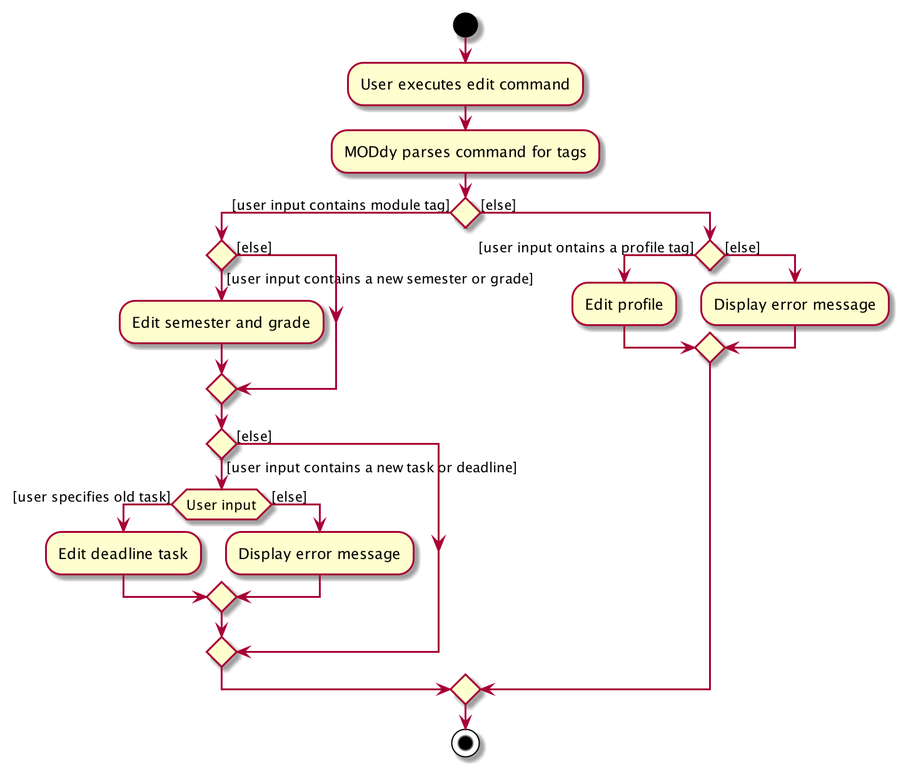
Above: images/EditCommandActivityDiagram.png in AY1920S2-CS2103T-W13-3/main (PlantUML), before the change.
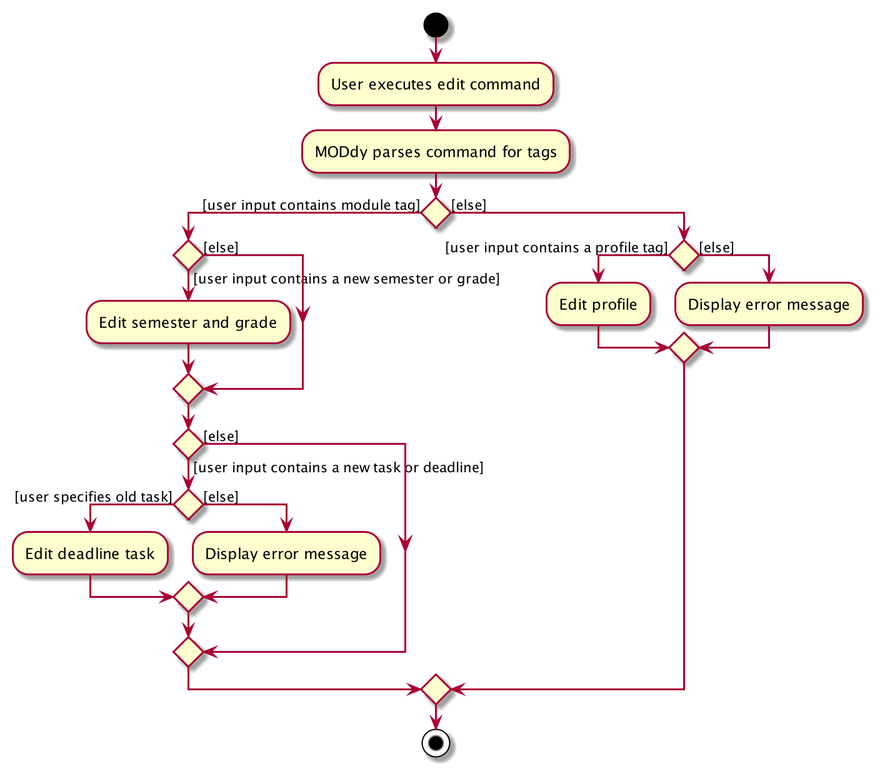
After the commit.

Change to the diagram source:
```diff
@@ -8,7 +8,7 @@
   else ([else])
   endif
   if () then ([user input contains a new task or deadline])
-    if (User input) then ([user specifies old task])
+    if () then ([user specifies old task])
       :Edit deadline task;
     else ([else])
       :Display error message;
@@ -16,7 +16,7 @@
   else ([else])
   endif
 else ([else])
-  if () then ([user input ontains a profile tag])
+  if () then ([user input contains a profile tag])
     :Edit profile;
   else ([else])
     :Display error message;
```
